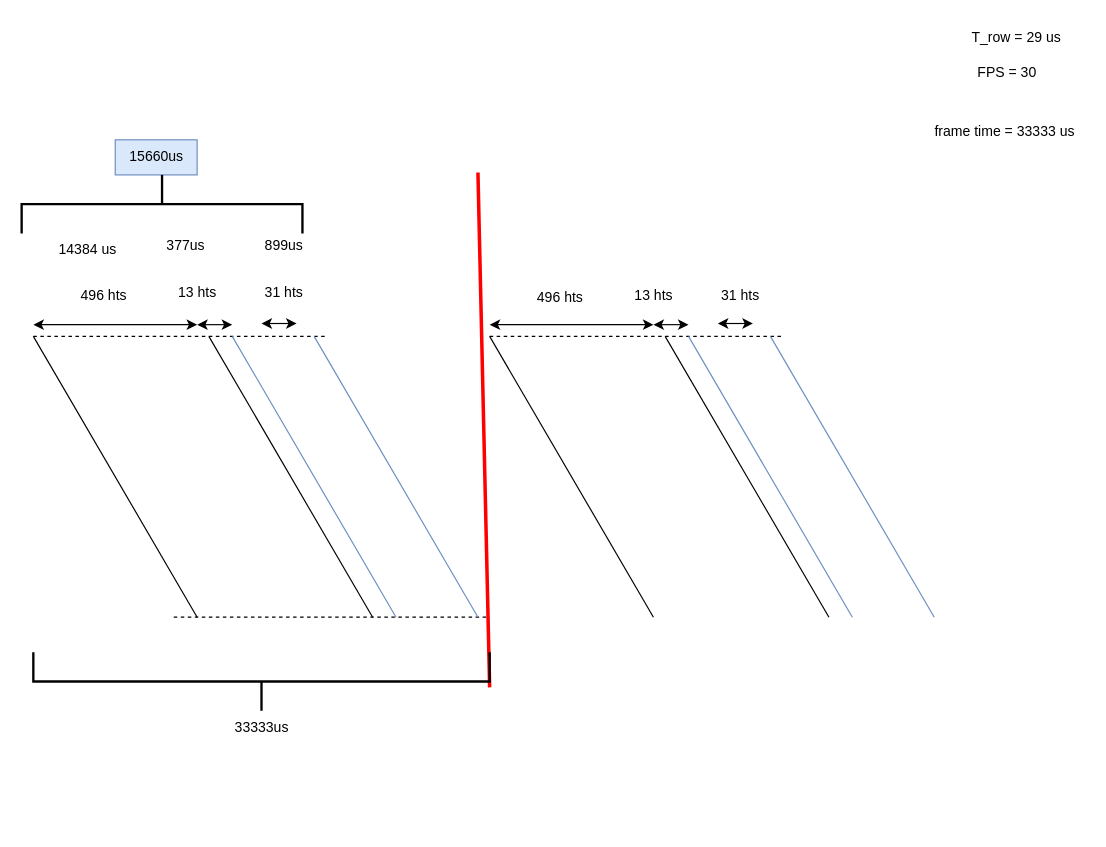
This is page "第 26 页" (26 of 26) of sunshine.drawio from leixuehui/drawio, a draw.io file, before an edit. Source tidied: cells renumbered, new cells numbered last; positions are measured from the earlier drawing's top-left corner, leaving out a move shared by most shapes. Both pictures are drawn from the tidied source at 117%, with x=0, y=0 at pixel (21, 20).
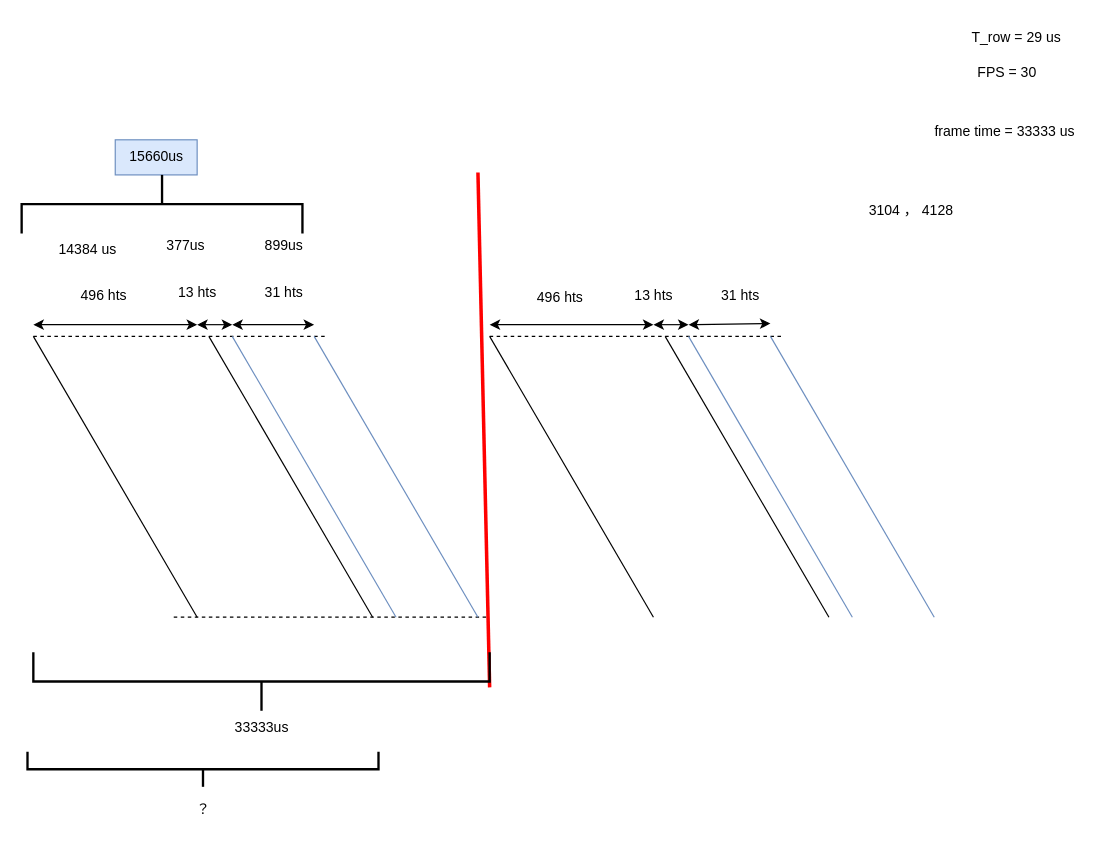
Above is the later version.

The change refers to these unchanged cells:
```xml
<mxCell id="25" style="group;" parent="1" vertex="1">
  <mxGeometry x="400" y="220" width="380" height="290" as="geometry" />
</mxCell>
```

Diff of the diagram source:
```diff
@@
     <mxCell id="13" style="endArrow=classic;startArrow=classic;html=1;rounded=0;" parent="1" edge="1">
       <mxGeometry relative="1" as="geometry">
-        <mxPoint x="205" y="259" as="sourcePoint" />
-        <mxPoint x="235" y="259" as="targetPoint" />
+        <mxPoint x="180" y="260" as="sourcePoint" />
+        <mxPoint x="250" y="260" as="targetPoint" />
       </mxGeometry>
     </mxCell>
@@
+    <mxCell id="37" style="strokeWidth=2;html=1;shape=mxgraph.flowchart.annotation_2;align=left;labelPosition=right;direction=south;rotation=-180;" parent="1" vertex="1">
+      <mxGeometry x="10" y="540" width="390" height="50" as="geometry" />
+    </mxCell>
@@
+    <mxCell id="38" value="33333us" style="text;html=1;align=center;verticalAlign=middle;strokeColor=none;fillColor=none;" parent="1" vertex="1">
+      <mxGeometry x="170" y="590" width="70" height="30" as="geometry" />
+    </mxCell>
+    <mxCell id="39" value="3104 ， 4128" style="text;html=1;align=center;verticalAlign=middle;strokeColor=none;fillColor=none;" parent="1" vertex="1">
+      <mxGeometry x="710" y="148" width="100" height="30" as="geometry" />
+    </mxCell>
-    <mxCell id="26" style="endArrow=none;dashed=1;html=1;rounded=0;" parent="25" edge="1">
+    <mxCell id="26" style="endArrow=none;dashed=1;html=1;rounded=0;" parent="1" edge="1">
       <mxGeometry relative="1" as="geometry">
-        <mxPoint y="50" as="sourcePoint" />
-        <mxPoint x="250" y="50" as="targetPoint" />
+        <mxPoint x="400" y="270" as="sourcePoint" />
+        <mxPoint x="650" y="270" as="targetPoint" />
       </mxGeometry>
     </mxCell>
-    <mxCell id="27" style="endArrow=none;html=1;rounded=0;" parent="25" edge="1">
+    <mxCell id="27" style="endArrow=none;html=1;rounded=0;" parent="1" edge="1">
       <mxGeometry relative="1" as="geometry">
-        <mxPoint x="140" y="290" as="sourcePoint" />
-        <mxPoint y="50" as="targetPoint" />
+        <mxPoint x="540" y="510" as="sourcePoint" />
+        <mxPoint x="400" y="270" as="targetPoint" />
       </mxGeometry>
     </mxCell>
-    <mxCell id="28" style="endArrow=none;html=1;rounded=0;" parent="25" edge="1">
+    <mxCell id="28" style="endArrow=none;html=1;rounded=0;" parent="1" edge="1">
       <mxGeometry relative="1" as="geometry">
-        <mxPoint x="290" y="290" as="sourcePoint" />
-        <mxPoint x="150" y="50" as="targetPoint" />
+        <mxPoint x="690" y="510" as="sourcePoint" />
+        <mxPoint x="550" y="270" as="targetPoint" />
       </mxGeometry>
     </mxCell>
-    <mxCell id="29" style="endArrow=none;html=1;rounded=0;fillColor=#dae8fc;strokeColor=#6c8ebf;" parent="25" edge="1">
+    <mxCell id="29" style="endArrow=none;html=1;rounded=0;fillColor=#dae8fc;strokeColor=#6c8ebf;" parent="1" edge="1">
       <mxGeometry relative="1" as="geometry">
-        <mxPoint x="310" y="290" as="sourcePoint" />
-        <mxPoint x="170" y="50" as="targetPoint" />
+        <mxPoint x="710" y="510" as="sourcePoint" />
+        <mxPoint x="570" y="270" as="targetPoint" />
       </mxGeometry>
     </mxCell>
-    <mxCell id="30" style="endArrow=none;html=1;rounded=0;fillColor=#dae8fc;strokeColor=#6c8ebf;" parent="25" edge="1">
+    <mxCell id="30" style="endArrow=none;html=1;rounded=0;fillColor=#dae8fc;strokeColor=#6c8ebf;" parent="1" edge="1">
       <mxGeometry relative="1" as="geometry">
-        <mxPoint x="380" y="290" as="sourcePoint" />
-        <mxPoint x="240" y="50" as="targetPoint" />
+        <mxPoint x="780" y="510" as="sourcePoint" />
+        <mxPoint x="640" y="270" as="targetPoint" />
       </mxGeometry>
     </mxCell>
-    <mxCell id="31" style="endArrow=classic;startArrow=classic;html=1;rounded=0;" parent="25" edge="1">
+    <mxCell id="31" style="endArrow=classic;startArrow=classic;html=1;rounded=0;" parent="1" edge="1">
       <mxGeometry relative="1" as="geometry">
-        <mxPoint y="40" as="sourcePoint" />
-        <mxPoint x="140" y="40" as="targetPoint" />
+        <mxPoint x="400" y="260" as="sourcePoint" />
+        <mxPoint x="540" y="260" as="targetPoint" />
       </mxGeometry>
     </mxCell>
-    <mxCell id="32" style="endArrow=classic;startArrow=classic;html=1;rounded=0;" parent="25" edge="1">
+    <mxCell id="32" style="endArrow=classic;startArrow=classic;html=1;rounded=0;" parent="1" edge="1">
       <mxGeometry relative="1" as="geometry">
-        <mxPoint x="140" y="40" as="sourcePoint" />
-        <mxPoint x="170" y="40" as="targetPoint" />
+        <mxPoint x="540" y="260" as="sourcePoint" />
+        <mxPoint x="570" y="260" as="targetPoint" />
       </mxGeometry>
     </mxCell>
-    <mxCell id="33" style="endArrow=classic;startArrow=classic;html=1;rounded=0;" parent="25" edge="1">
+    <mxCell id="33" style="endArrow=classic;startArrow=classic;html=1;rounded=0;" parent="1" edge="1">
       <mxGeometry relative="1" as="geometry">
-        <mxPoint x="195" y="39" as="sourcePoint" />
-        <mxPoint x="225" y="39" as="targetPoint" />
+        <mxPoint x="570" y="260" as="sourcePoint" />
+        <mxPoint x="640" y="259" as="targetPoint" />
       </mxGeometry>
     </mxCell>
-    <mxCell id="34" value="496 hts" style="text;html=1;align=center;verticalAlign=middle;strokeColor=none;fillColor=none;" parent="25" vertex="1">
-      <mxGeometry x="30" y="2" width="60" height="30" as="geometry" />
+    <mxCell id="34" value="496 hts" style="text;html=1;align=center;verticalAlign=middle;strokeColor=none;fillColor=none;" parent="1" vertex="1">
+      <mxGeometry x="430" y="222" width="60" height="30" as="geometry" />
     </mxCell>
-    <mxCell id="35" value="&lt;div&gt;13 hts&lt;/div&gt;" style="text;html=1;align=center;verticalAlign=middle;strokeColor=none;fillColor=none;" parent="25" vertex="1">
-      <mxGeometry x="110" width="60" height="30" as="geometry" />
+    <mxCell id="35" value="&lt;div&gt;13 hts&lt;/div&gt;" style="text;html=1;align=center;verticalAlign=middle;strokeColor=none;fillColor=none;" parent="1" vertex="1">
+      <mxGeometry x="510" y="220" width="60" height="30" as="geometry" />
     </mxCell>
-    <mxCell id="36" value="31 hts" style="text;html=1;align=center;verticalAlign=middle;strokeColor=none;fillColor=none;" parent="25" vertex="1">
-      <mxGeometry x="184" width="60" height="30" as="geometry" />
+    <mxCell id="36" value="31 hts" style="text;html=1;align=center;verticalAlign=middle;strokeColor=none;fillColor=none;" parent="1" vertex="1">
+      <mxGeometry x="584" y="220" width="60" height="30" as="geometry" />
     </mxCell>
-    <mxCell id="37" style="strokeWidth=2;html=1;shape=mxgraph.flowchart.annotation_2;align=left;labelPosition=right;direction=south;rotation=-180;" parent="1" vertex="1">
-      <mxGeometry x="10" y="540" width="390" height="50" as="geometry" />
-    </mxCell>
-    <mxCell id="38" value="33333us" style="text;html=1;align=center;verticalAlign=middle;strokeColor=none;fillColor=none;" parent="1" vertex="1">
-      <mxGeometry x="170" y="590" width="70" height="30" as="geometry" />
-    </mxCell>
+    <mxCell id="40" style="strokeWidth=2;html=1;shape=mxgraph.flowchart.annotation_2;align=left;labelPosition=right;rotation=-90;" parent="1" vertex="1">
+      <mxGeometry x="140" y="490" width="30" height="300" as="geometry" />
+    </mxCell>
+    <mxCell id="41" value="？" style="text;html=1;align=center;verticalAlign=middle;strokeColor=none;fillColor=none;" parent="1" vertex="1">
+      <mxGeometry x="135" y="660" width="40" height="30" as="geometry" />
+    </mxCell>
```
